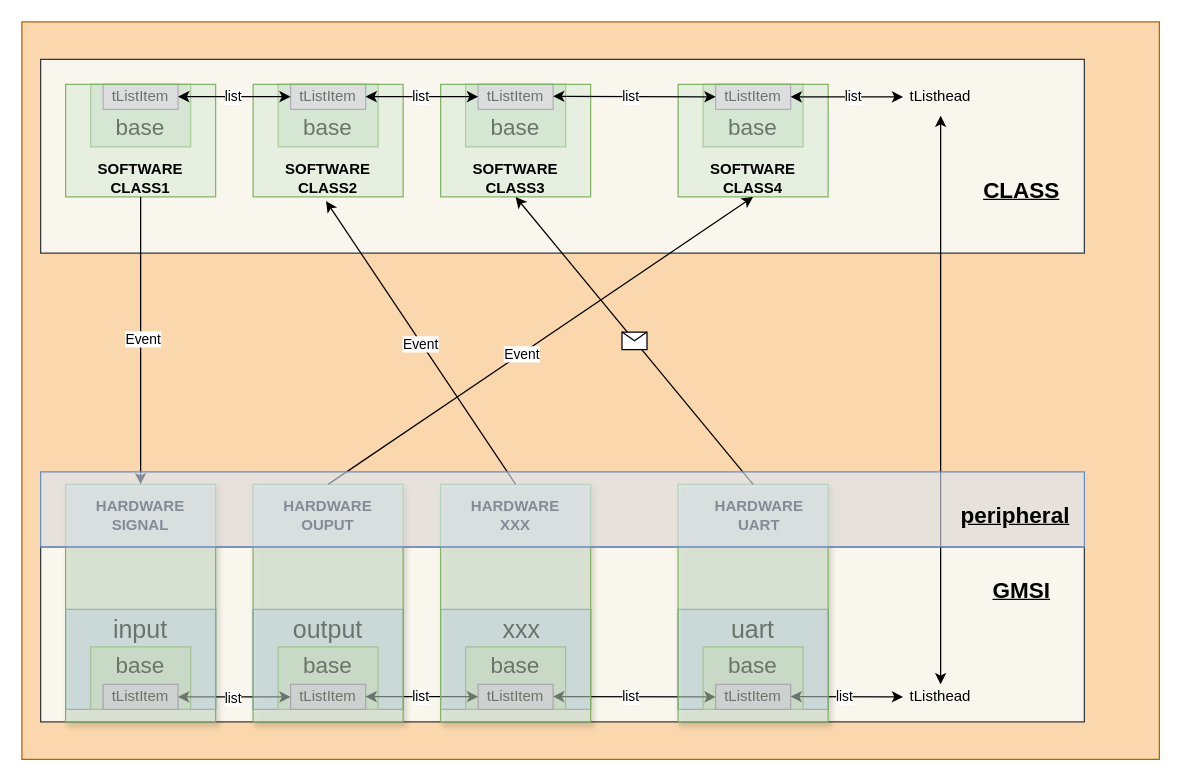
The draw.io diagram image/framework.drawio in wyxun/gmsi, before the edit. Source tidied: cells renumbered, new cells numbered last; positions are measured from the earlier drawing's top-left corner, leaving out a move shared by most shapes. Both pictures are drawn from the tidied source at 125%, with x=0, y=0 at pixel (21, 21).
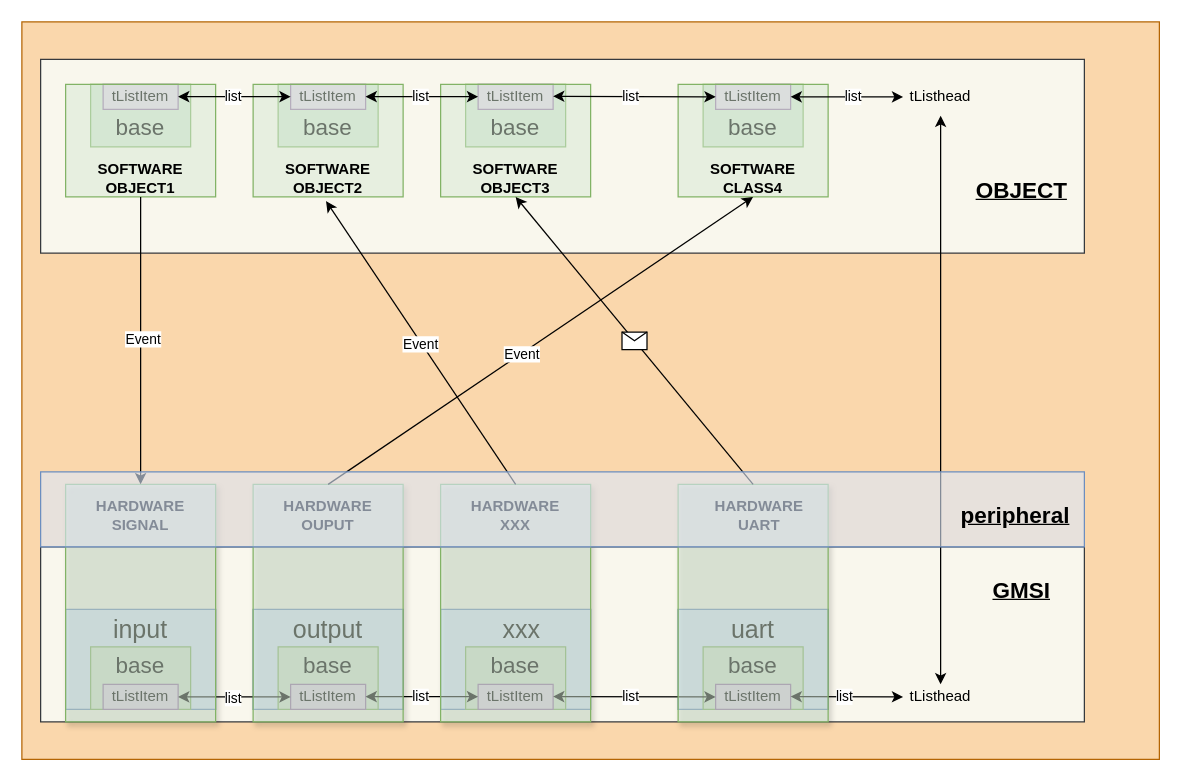
After the change.

The edit, as a diff of the source:
```diff
@@
-    <mxCell id="48" value="SOFTWARE&lt;br&gt;CLASS1" style="text;html=1;strokeColor=none;fillColor=none;align=center;verticalAlign=middle;whiteSpace=wrap;rounded=0;fontStyle=1;" parent="1" vertex="1">
+    <mxCell id="48" value="SOFTWARE&lt;br&gt;OBJECT1" style="text;html=1;strokeColor=none;fillColor=none;align=center;verticalAlign=middle;whiteSpace=wrap;rounded=0;fontStyle=1;" parent="1" vertex="1">
       <mxGeometry x="65" y="110" width="60" height="30" as="geometry" />
     </mxCell>
@@
-    <mxCell id="54" value="SOFTWARE&lt;br&gt;CLASS2" style="text;html=1;strokeColor=none;fillColor=none;align=center;verticalAlign=middle;whiteSpace=wrap;rounded=0;fontStyle=1;" parent="1" vertex="1">
+    <mxCell id="54" value="SOFTWARE&lt;br&gt;OBJECT2" style="text;html=1;strokeColor=none;fillColor=none;align=center;verticalAlign=middle;whiteSpace=wrap;rounded=0;fontStyle=1;" parent="1" vertex="1">
       <mxGeometry x="215" y="110" width="60" height="30" as="geometry" />
     </mxCell>
@@
-    <mxCell id="60" value="SOFTWARE&lt;br&gt;CLASS3" style="text;html=1;strokeColor=none;fillColor=none;align=center;verticalAlign=middle;whiteSpace=wrap;rounded=0;fontStyle=1;" parent="1" vertex="1">
+    <mxCell id="60" value="SOFTWARE&lt;br&gt;OBJECT3" style="text;html=1;strokeColor=none;fillColor=none;align=center;verticalAlign=middle;whiteSpace=wrap;rounded=0;fontStyle=1;" parent="1" vertex="1">
       <mxGeometry x="365" y="110" width="60" height="30" as="geometry" />
     </mxCell>
@@
-    <mxCell id="85" value="&lt;u style=&quot;font-size: 18px;&quot;&gt;CLASS&lt;/u&gt;" style="text;html=1;align=center;verticalAlign=middle;whiteSpace=wrap;rounded=0;shadow=1;fontStyle=1;fontSize=18;" parent="1" vertex="1">
+    <mxCell id="85" value="&lt;u style=&quot;font-size: 18px;&quot;&gt;OBJECT&lt;/u&gt;" style="text;html=1;align=center;verticalAlign=middle;whiteSpace=wrap;rounded=0;shadow=1;fontStyle=1;fontSize=18;" parent="1" vertex="1">
       <mxGeometry x="770" y="120" width="60" height="30" as="geometry" />
     </mxCell>
```
